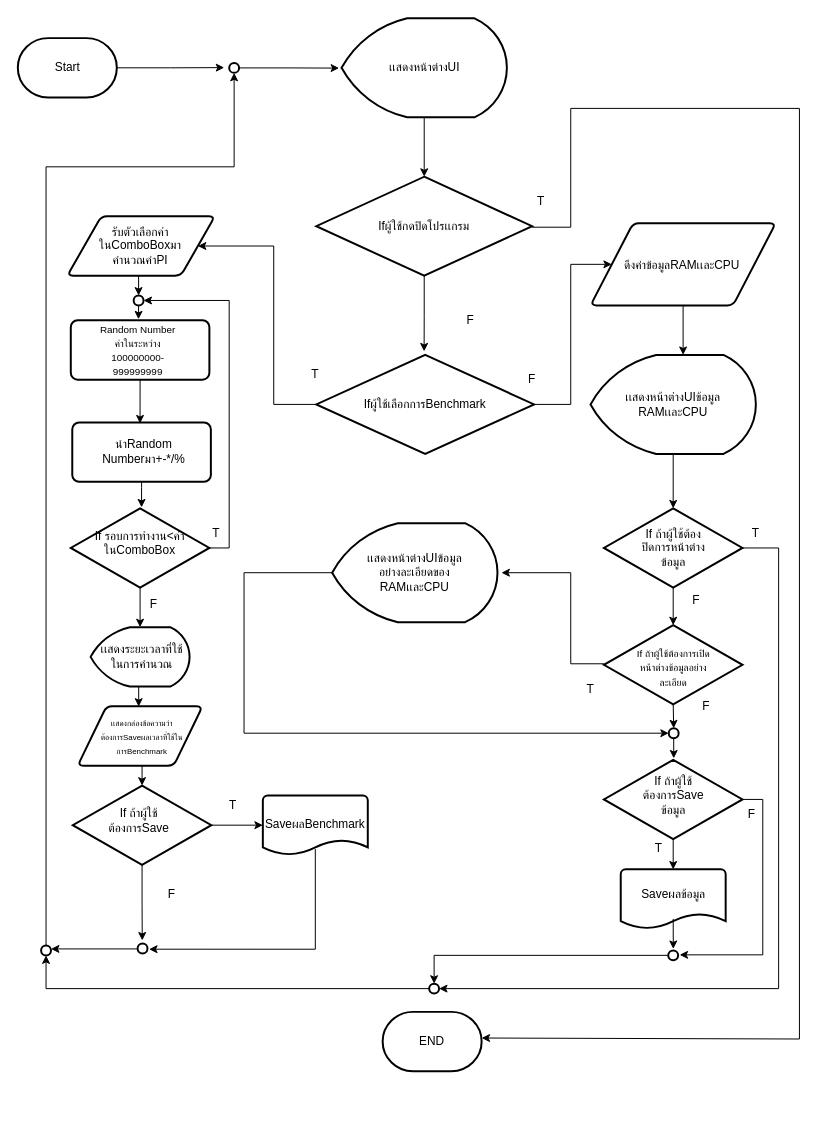
Above: ProjectTNIFluentDesign/ProjectTNIFluentDesign/Picture/TNIProjectFlowchart.drawio in karinzaa/PI-BENCHMARK (draw.io), before the change. Source tidied: cells renumbered, new cells numbered last; positions are measured from the earlier drawing's top-left corner, leaving out a move shared by most shapes. Both pictures are drawn from the tidied source at 99%, with x=0, y=0 at pixel (18, 18).
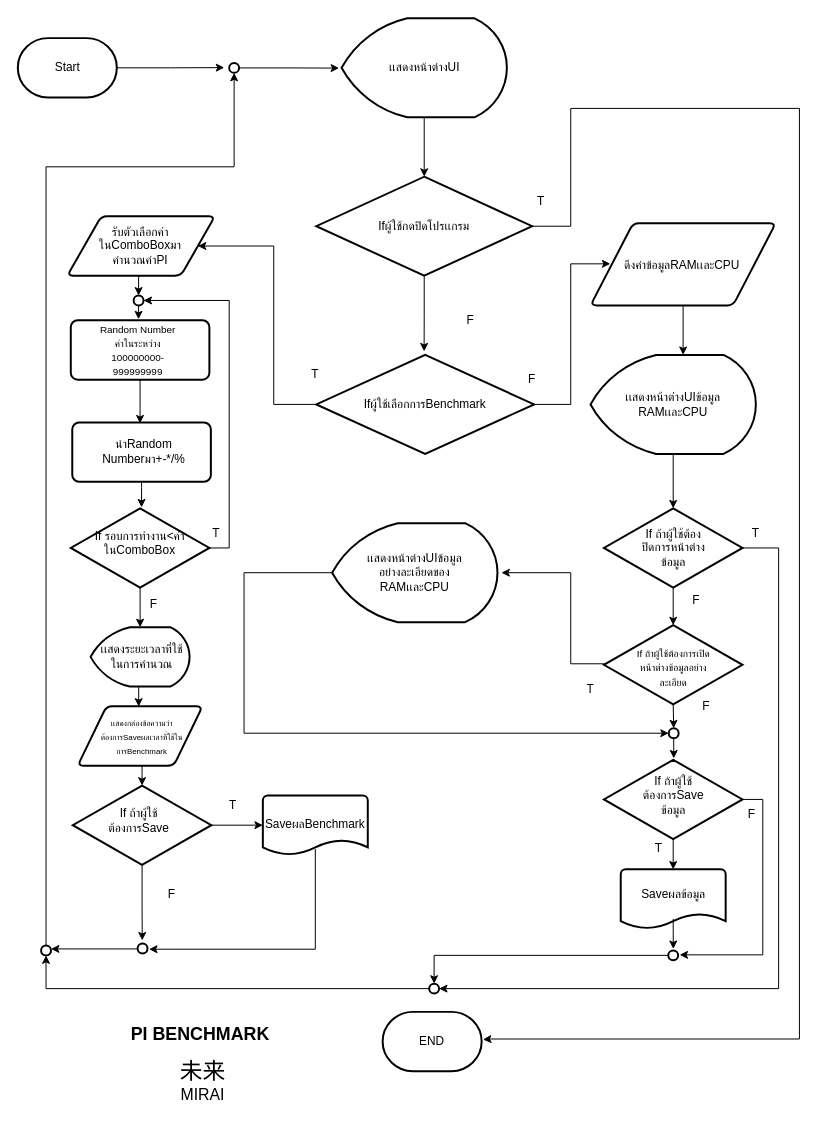
The same page after the edit.

Unchanged cells that the change refers to:
```xml
<mxCell id="39" value="END" style="strokeWidth=2;html=1;shape=mxgraph.flowchart.terminator;whiteSpace=wrap;fontStyle=0;" parent="1" vertex="1">
  <mxGeometry x="368" y="1003.6" width="100" height="60" as="geometry" />
</mxCell>
<mxCell id="42" value="Ifผู้ใช้เลือกการBenchmark" style="strokeWidth=2;html=1;shape=mxgraph.flowchart.decision;whiteSpace=wrap;" parent="1" vertex="1">
  <mxGeometry x="301" y="340" width="220" height="100" as="geometry" />
</mxCell>
<mxCell id="47" value="Ifผู้ใช้กดปิดโปรเเกรม" style="strokeWidth=2;html=1;shape=mxgraph.flowchart.decision;whiteSpace=wrap;" parent="1" vertex="1">
  <mxGeometry x="301" y="160" width="218" height="100" as="geometry" />
</mxCell>
<mxCell id="57" style="verticalLabelPosition=bottom;verticalAlign=top;html=1;strokeWidth=2;shape=parallelogram;perimeter=parallelogramPerimeter;whiteSpace=wrap;rounded=1;arcSize=12;size=0.23;fontStyle=0;" parent="1" vertex="1">
  <mxGeometry x="578" y="207" width="187" height="83" as="geometry" />
</mxCell>
```

The edit, as a diff of the source:
```diff
@@
-    <mxCell id="41" style="edgeStyle=orthogonalEdgeStyle;rounded=0;jettySize=auto;html=1;exitX=1;exitY=0.5;exitDx=0;exitDy=0;exitPerimeter=0;entryX=0;entryY=0.5;entryDx=0;entryDy=0;" parent="1" edge="1" source="42" target="57">
+    <mxCell id="41" style="edgeStyle=orthogonalEdgeStyle;rounded=0;jettySize=auto;html=1;exitX=1;exitY=0.5;exitDx=0;exitDy=0;exitPerimeter=0;" parent="1" edge="1" source="42">
       <mxGeometry relative="1" as="geometry">
+        <mxPoint x="598" y="248" as="targetPoint" />
         <Array as="points">
           <mxPoint x="558" y="390" />
           <mxPoint x="558" y="248" />
         </Array>
       </mxGeometry>
     </mxCell>
@@
-    <mxCell id="45" style="edgeStyle=orthogonalEdgeStyle;rounded=0;jettySize=auto;html=1;" parent="1" edge="1" source="47">
+    <mxCell id="45" style="edgeStyle=orthogonalEdgeStyle;rounded=0;jettySize=auto;html=1;entryX=1.014;entryY=0.465;entryDx=0;entryDy=0;entryPerimeter=0;" parent="1" edge="1" source="47" target="39">
       <mxGeometry relative="1" as="geometry">
-        <mxPoint x="468" y="1030" as="targetPoint" />
         <Array as="points">
-          <mxPoint x="558" y="211" />
+          <mxPoint x="558" y="210" />
           <mxPoint x="558" y="91" />
           <mxPoint x="789" y="91" />
           <mxPoint x="789" y="1031" />
+          <mxPoint x="478" y="1031" />
         </Array>
       </mxGeometry>
     </mxCell>
@@
+    <mxCell id="89" value="&lt;h1 style=&quot;font-size: 18px&quot;&gt;&lt;font style=&quot;font-size: 18px&quot;&gt;PI BENCHMARK&amp;nbsp;&lt;/font&gt;&lt;/h1&gt;&lt;font&gt;&lt;span style=&quot;font-size: 23px&quot;&gt;未来&lt;/span&gt;&lt;br&gt;&lt;font style=&quot;font-size: 16px&quot;&gt;MIRAI&lt;/font&gt;&lt;/font&gt;" style="text;html=1;strokeColor=none;fillColor=none;spacing=5;spacingTop=-20;whiteSpace=wrap;overflow=hidden;rounded=0;align=center;" parent="1" vertex="1">
+      <mxGeometry x="26.5" y="1014.5" width="319" height="98" as="geometry" />
+    </mxCell>
```
